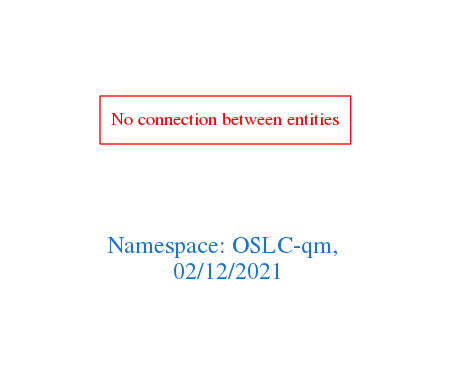
The Graphviz diagram downloads/OSLC-qm.png in arago/OGIT, before a commit. Its source is kept beside it as downloads/OSLC-qm.dot.
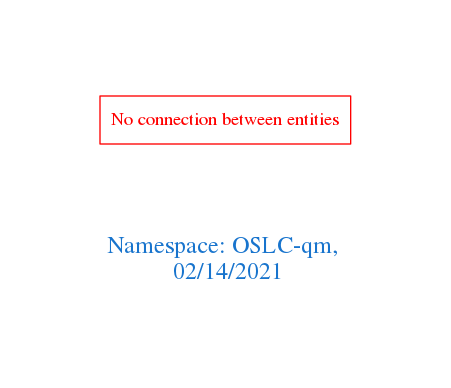
After the change.

What changed in the source:
```diff
@@ -1,7 +1,7 @@
 digraph OGIT_ontology {
  graph [ rankdir= LR,pad=1
 fontsize = 18,
-fontcolor= dodgerblue3,label = "\n\n\nNamespace: OSLC-qm, \n 02/12/2021"];
+fontcolor= dodgerblue3,label = "\n\n\nNamespace: OSLC-qm, \n 02/14/2021"];
 node[shape=polygon];
 edge [  color="gray81"];
 
```
